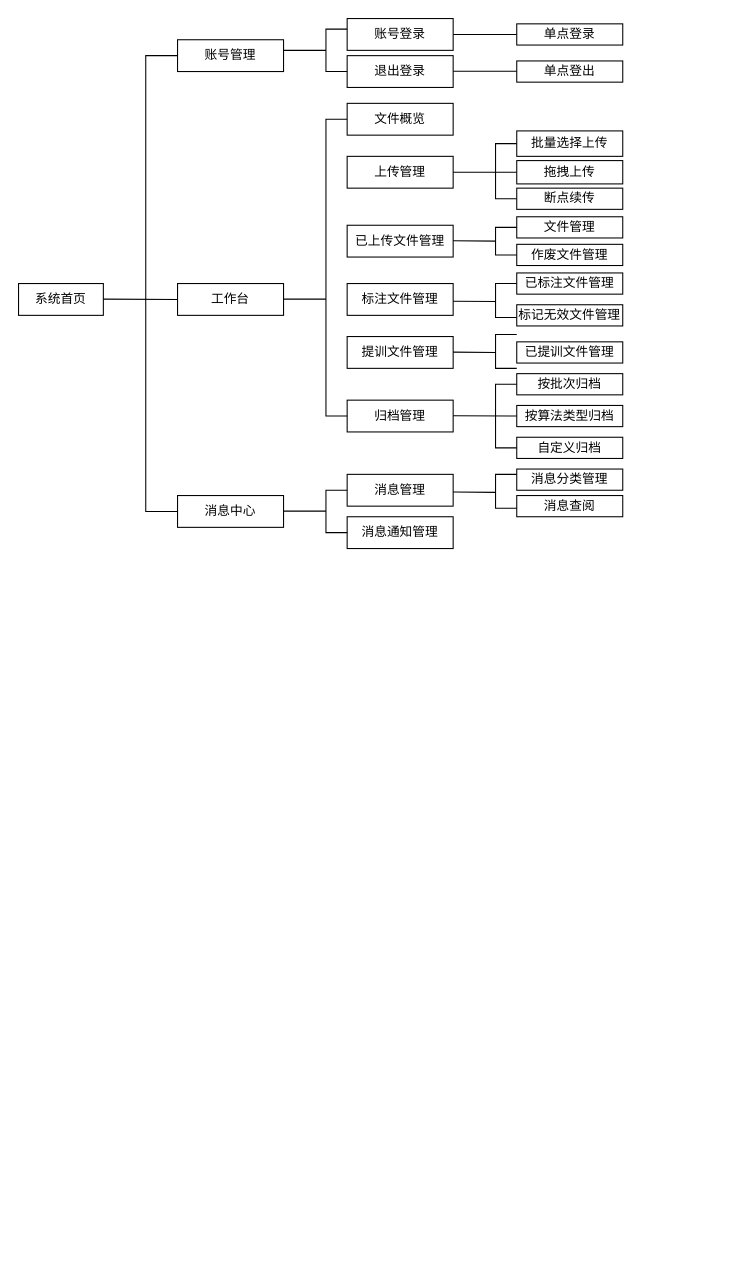
jurentiancheng/drawio-project keeps this draw.io diagram as 文件提交系统.drawio. Above is the earlier version. Source tidied: cells renumbered, new cells numbered last; positions are measured from the earlier drawing's top-left corner, leaving out a move shared by most shapes. Both pictures are drawn from the tidied source at 106%, with x=0, y=0 at pixel (18, 18).
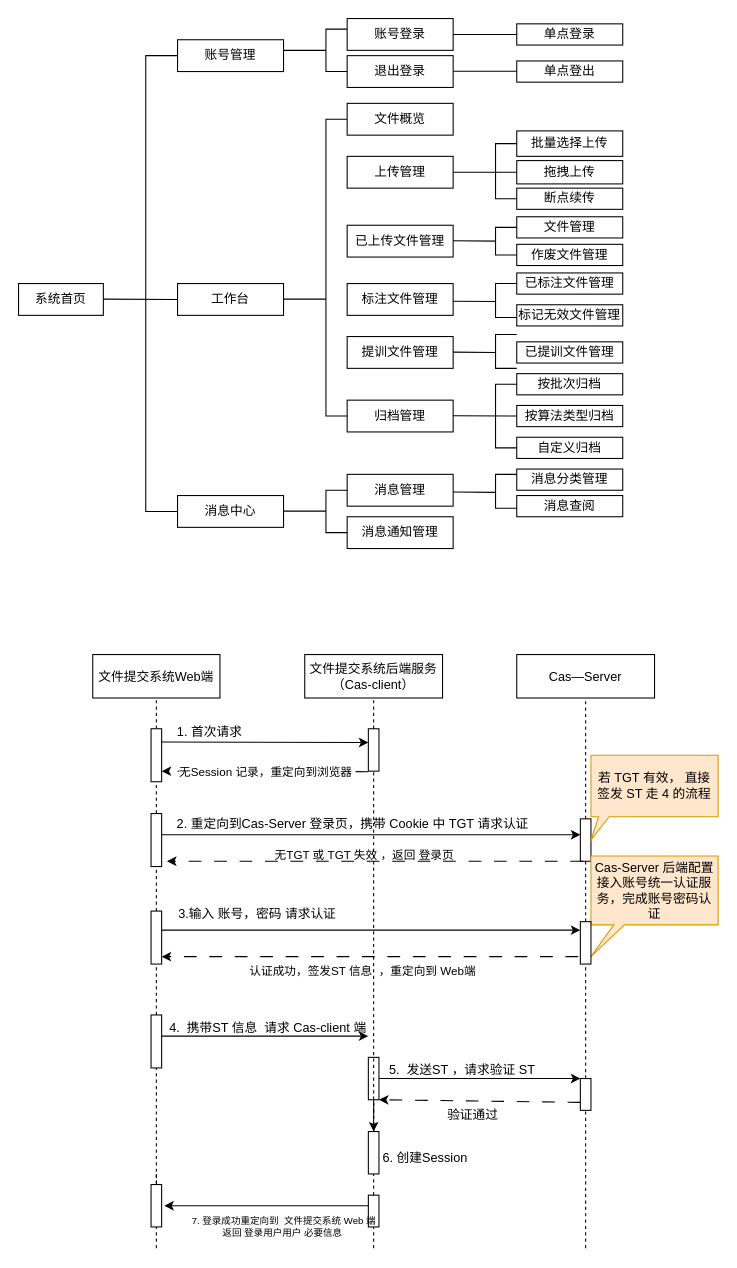
The same diagram, later.

Commit message:
更新文件提交系统.drawio

Change to the diagram source:
```diff
@@
+    <mxCell id="54" style="group;" parent="1" vertex="1">
+      <mxGeometry x="70" y="600" width="590" height="560" as="geometry" />
+    </mxCell>
+    <mxCell id="55" style="endArrow=none;dashed=1;html=1;rounded=0;" parent="54" edge="1" source="59">
+      <mxGeometry relative="1" as="geometry">
+        <mxPoint x="60" y="40" as="targetPoint" />
+      </mxGeometry>
+    </mxCell>
+    <mxCell id="56" value="文件提交系统后端服务&lt;br&gt;（Cas-client）" style="rounded=0;whiteSpace=wrap;html=1;" parent="54" vertex="1">
+      <mxGeometry x="200" width="130" height="41" as="geometry" />
+    </mxCell>
+    <mxCell id="57" value="Cas—Server" style="rounded=0;whiteSpace=wrap;html=1;" parent="54" vertex="1">
+      <mxGeometry x="400" width="130" height="41" as="geometry" />
+    </mxCell>
+    <mxCell id="58" value="文件提交系统Web端" style="rounded=0;whiteSpace=wrap;html=1;" parent="54" vertex="1">
+      <mxGeometry width="120" height="41" as="geometry" />
+    </mxCell>
+    <mxCell id="59" style="rounded=0;whiteSpace=wrap;html=1;" parent="54" vertex="1">
+      <mxGeometry x="55" y="70" width="10" height="50" as="geometry" />
+    </mxCell>
+    <mxCell id="60" style="endArrow=classic;html=1;rounded=0;exitX=1;exitY=0.25;exitDx=0;exitDy=0;" parent="54" edge="1" source="59">
+      <mxGeometry relative="1" as="geometry">
+        <mxPoint x="260" y="83" as="targetPoint" />
+      </mxGeometry>
+    </mxCell>
+    <mxCell id="61" value="1. 首次请求" style="text;html=1;align=center;verticalAlign=middle;strokeColor=none;fillColor=none;" parent="54" vertex="1">
+      <mxGeometry x="70" y="58" width="80" height="30" as="geometry" />
+    </mxCell>
+    <mxCell id="62" style="rounded=0;whiteSpace=wrap;html=1;" parent="54" vertex="1">
+      <mxGeometry x="260" y="70" width="10" height="40" as="geometry" />
+    </mxCell>
+    <mxCell id="63" style="endArrow=none;dashed=1;html=1;rounded=0;" parent="54" edge="1" source="62" target="56">
+      <mxGeometry relative="1" as="geometry" />
+    </mxCell>
+    <mxCell id="64" style="endArrow=classic;html=1;rounded=0;entryX=1;entryY=0.75;entryDx=0;entryDy=0;dashed=1;dashPattern=12 12;" parent="54" edge="1">
+      <mxGeometry relative="1" as="geometry">
+        <mxPoint x="260" y="110.5" as="sourcePoint" />
+        <mxPoint x="65" y="110" as="targetPoint" />
+      </mxGeometry>
+    </mxCell>
+    <mxCell id="65" value="无Session 记录，重定向到浏览器" style="edgeLabel;html=1;align=center;verticalAlign=middle;" parent="64" vertex="1">
+      <mxGeometry relative="1" as="geometry" />
+    </mxCell>
+    <mxCell id="66" style="rounded=0;whiteSpace=wrap;html=1;" parent="54" vertex="1">
+      <mxGeometry x="55" y="150" width="10" height="50" as="geometry" />
+    </mxCell>
+    <mxCell id="67" style="endArrow=none;dashed=1;html=1;rounded=0;" parent="54" edge="1" source="66" target="59">
+      <mxGeometry relative="1" as="geometry" />
+    </mxCell>
+    <mxCell id="68" style="endArrow=classic;html=1;rounded=0;exitX=1;exitY=0.25;exitDx=0;exitDy=0;" parent="54" edge="1">
+      <mxGeometry relative="1" as="geometry">
+        <mxPoint x="65" y="170" as="sourcePoint" />
+        <mxPoint x="460" y="170" as="targetPoint" />
+      </mxGeometry>
+    </mxCell>
+    <mxCell id="69" style="rounded=0;whiteSpace=wrap;html=1;" parent="54" vertex="1">
+      <mxGeometry x="460" y="155" width="10" height="40" as="geometry" />
+    </mxCell>
+    <mxCell id="70" style="endArrow=none;dashed=1;html=1;rounded=0;entryX=0.5;entryY=1;entryDx=0;entryDy=0;" parent="54" edge="1" source="69" target="57">
+      <mxGeometry relative="1" as="geometry" />
+    </mxCell>
+    <mxCell id="71" value="2. 重定向到Cas-Server 登录页，携带 Cookie 中 TGT 请求认证" style="text;html=1;align=center;verticalAlign=middle;strokeColor=none;fillColor=none;" parent="54" vertex="1">
+      <mxGeometry x="65" y="145" width="360" height="30" as="geometry" />
+    </mxCell>
+    <mxCell id="72" value="无TGT 或 TGT 失效 ，返回 登录页" style="edgeLabel;html=1;align=center;verticalAlign=middle;" parent="54" vertex="1">
+      <mxGeometry x="265" y="190" as="geometry">
+        <mxPoint x="-10" y="-2" as="offset" />
+      </mxGeometry>
+    </mxCell>
+    <mxCell id="73" style="endArrow=classic;html=1;rounded=0;exitX=0.25;exitY=1;exitDx=0;exitDy=0;dashed=1;dashPattern=12 12;" parent="54" edge="1" source="69">
+      <mxGeometry relative="1" as="geometry">
+        <mxPoint x="70" y="195" as="targetPoint" />
+      </mxGeometry>
+    </mxCell>
+    <mxCell id="74" style="endArrow=classic;html=1;rounded=0;exitX=1;exitY=0.25;exitDx=0;exitDy=0;" parent="54" edge="1">
+      <mxGeometry relative="1" as="geometry">
+        <mxPoint x="65" y="260" as="sourcePoint" />
+        <mxPoint x="460" y="260" as="targetPoint" />
+      </mxGeometry>
+    </mxCell>
+    <mxCell id="75" style="rounded=0;whiteSpace=wrap;html=1;" parent="54" vertex="1">
+      <mxGeometry x="55" y="242" width="10" height="50" as="geometry" />
+    </mxCell>
+    <mxCell id="76" style="endArrow=none;dashed=1;html=1;rounded=0;" parent="54" edge="1" source="75" target="66">
+      <mxGeometry relative="1" as="geometry" />
+    </mxCell>
+    <mxCell id="77" value="3.输入 账号，密码 请求认证" style="text;html=1;align=center;verticalAlign=middle;strokeColor=none;fillColor=none;" parent="54" vertex="1">
+      <mxGeometry x="70" y="230" width="170" height="30" as="geometry" />
+    </mxCell>
+    <mxCell id="78" value="认证成功，签发ST 信息&amp;nbsp; ，重定向到 Web端&amp;nbsp;" style="edgeLabel;html=1;align=center;verticalAlign=middle;" parent="54" vertex="1">
+      <mxGeometry x="265" y="300" as="geometry">
+        <mxPoint x="-10" y="-2" as="offset" />
+      </mxGeometry>
+    </mxCell>
+    <mxCell id="79" style="endArrow=classic;html=1;rounded=0;exitX=0.25;exitY=1;exitDx=0;exitDy=0;dashed=1;dashPattern=12 12;" parent="54" edge="1">
+      <mxGeometry relative="1" as="geometry">
+        <mxPoint x="458" y="285" as="sourcePoint" />
+        <mxPoint x="65" y="285" as="targetPoint" />
+      </mxGeometry>
+    </mxCell>
+    <mxCell id="80" style="rounded=0;whiteSpace=wrap;html=1;" parent="54" vertex="1">
+      <mxGeometry x="55" y="340" width="10" height="50" as="geometry" />
+    </mxCell>
+    <mxCell id="81" style="endArrow=none;dashed=1;html=1;rounded=0;" parent="54" edge="1" source="80" target="75">
+      <mxGeometry relative="1" as="geometry" />
+    </mxCell>
+    <mxCell id="82" style="endArrow=classic;html=1;rounded=0;exitX=1;exitY=0.25;exitDx=0;exitDy=0;" parent="54" edge="1">
+      <mxGeometry relative="1" as="geometry">
+        <mxPoint x="65" y="360" as="sourcePoint" />
+        <mxPoint x="260" y="360" as="targetPoint" />
+      </mxGeometry>
+    </mxCell>
+    <mxCell id="83" value="4.&amp;nbsp; 携带ST 信息&amp;nbsp; 请求 Cas-client 端" style="text;html=1;align=center;verticalAlign=middle;strokeColor=none;fillColor=none;" parent="54" vertex="1">
+      <mxGeometry x="60" y="338" width="210" height="30" as="geometry" />
+    </mxCell>
+    <mxCell id="84" value="5.&amp;nbsp; 发送ST ，请求验证 ST&amp;nbsp;" style="text;html=1;align=center;verticalAlign=middle;strokeColor=none;fillColor=none;" parent="54" vertex="1">
+      <mxGeometry x="270" y="377" width="160" height="30" as="geometry" />
+    </mxCell>
+    <mxCell id="85" style="endArrow=classic;html=1;rounded=0;" parent="54" edge="1">
+      <mxGeometry relative="1" as="geometry">
+        <mxPoint x="265" y="400" as="sourcePoint" />
+        <mxPoint x="460" y="400" as="targetPoint" />
+      </mxGeometry>
+    </mxCell>
+    <mxCell id="86" style="rounded=0;whiteSpace=wrap;html=1;" parent="54" vertex="1">
+      <mxGeometry x="260" y="380" width="10" height="40" as="geometry" />
+    </mxCell>
+    <mxCell id="87" style="endArrow=none;dashed=1;html=1;rounded=0;" parent="54" edge="1" target="88">
+      <mxGeometry relative="1" as="geometry">
+        <mxPoint x="465" y="560" as="sourcePoint" />
+      </mxGeometry>
+    </mxCell>
+    <mxCell id="88" style="rounded=0;whiteSpace=wrap;html=1;" parent="54" vertex="1">
+      <mxGeometry x="460" y="400" width="10" height="30" as="geometry" />
+    </mxCell>
+    <mxCell id="89" style="endArrow=classic;html=1;rounded=0;exitX=0;exitY=0.75;exitDx=0;exitDy=0;dashed=1;dashPattern=12 12;" parent="54" edge="1" source="88">
+      <mxGeometry relative="1" as="geometry">
+        <mxPoint x="270" y="420" as="targetPoint" />
+      </mxGeometry>
+    </mxCell>
+    <mxCell id="90" value="验证通过&amp;nbsp;" style="text;html=1;align=center;verticalAlign=middle;strokeColor=none;fillColor=none;" parent="54" vertex="1">
+      <mxGeometry x="325" y="420" width="70" height="30" as="geometry" />
+    </mxCell>
+    <mxCell id="91" style="endArrow=classic;html=1;rounded=0;" parent="54" edge="1">
+      <mxGeometry relative="1" as="geometry">
+        <mxPoint x="262.5" y="520" as="sourcePoint" />
+        <mxPoint x="67.5" y="520" as="targetPoint" />
+      </mxGeometry>
+    </mxCell>
+    <mxCell id="92" style="endArrow=none;dashed=1;html=1;rounded=0;" parent="54" edge="1" target="95">
+      <mxGeometry relative="1" as="geometry">
+        <mxPoint x="60" y="490" as="sourcePoint" />
+      </mxGeometry>
+    </mxCell>
+    <mxCell id="93" style="endArrow=none;dashed=1;html=1;rounded=0;" parent="54" edge="1" target="97">
+      <mxGeometry relative="1" as="geometry">
+        <mxPoint x="265" y="490" as="sourcePoint" />
+      </mxGeometry>
+    </mxCell>
+    <mxCell id="94" style="endArrow=none;dashed=1;html=1;rounded=0;" parent="54" edge="1" target="95">
+      <mxGeometry relative="1" as="geometry">
+        <mxPoint x="60" y="560" as="sourcePoint" />
+      </mxGeometry>
+    </mxCell>
+    <mxCell id="95" style="rounded=0;whiteSpace=wrap;html=1;" parent="54" vertex="1">
+      <mxGeometry x="55" y="500" width="10" height="40" as="geometry" />
+    </mxCell>
+    <mxCell id="96" style="endArrow=none;dashed=1;html=1;rounded=0;" parent="54" edge="1" source="95" target="80">
+      <mxGeometry relative="1" as="geometry" />
+    </mxCell>
+    <mxCell id="97" style="rounded=0;whiteSpace=wrap;html=1;" parent="54" vertex="1">
+      <mxGeometry x="260" y="450" width="10" height="40" as="geometry" />
+    </mxCell>
+    <mxCell id="98" style="endArrow=none;dashed=1;html=1;rounded=0;" parent="54" edge="1" source="97" target="62">
+      <mxGeometry relative="1" as="geometry" />
+    </mxCell>
+    <mxCell id="99" style="endArrow=none;dashed=1;html=1;rounded=0;" parent="54" edge="1" source="97" target="86">
+      <mxGeometry relative="1" as="geometry" />
+    </mxCell>
+    <mxCell id="100" style="edgeStyle=orthogonalEdgeStyle;rounded=0;jettySize=auto;html=1;exitX=0.5;exitY=1;exitDx=0;exitDy=0;entryX=0.5;entryY=0;entryDx=0;entryDy=0;" parent="54" edge="1" source="86" target="97">
+      <mxGeometry relative="1" as="geometry" />
+    </mxCell>
+    <mxCell id="101" style="endArrow=none;dashed=1;html=1;rounded=0;" parent="54" edge="1" target="102">
+      <mxGeometry relative="1" as="geometry">
+        <mxPoint x="265" y="560" as="sourcePoint" />
+      </mxGeometry>
+    </mxCell>
+    <mxCell id="102" style="rounded=0;whiteSpace=wrap;html=1;" parent="54" vertex="1">
+      <mxGeometry x="260" y="510" width="10" height="30" as="geometry" />
+    </mxCell>
+    <mxCell id="103" style="endArrow=none;dashed=1;html=1;rounded=0;" parent="54" edge="1" source="102" target="97">
+      <mxGeometry relative="1" as="geometry" />
+    </mxCell>
+    <mxCell id="104" value="6. 创建Session&amp;nbsp;" style="text;html=1;align=center;verticalAlign=middle;strokeColor=none;fillColor=none;" parent="54" vertex="1">
+      <mxGeometry x="260" y="460" width="110" height="30" as="geometry" />
+    </mxCell>
+    <mxCell id="105" value="7. 登录成功重定向到&amp;nbsp; 文件提交系统 Web 端&lt;br&gt;返回 登录用户用户 必要信息&amp;nbsp;" style="text;html=1;align=center;verticalAlign=middle;strokeColor=none;fillColor=none;fontSize=9;" parent="54" vertex="1">
+      <mxGeometry x="55" y="520" width="250" height="40" as="geometry" />
+    </mxCell>
+    <mxCell id="106" value="若 TGT 有效， 直接 签发 ST 走 4 的流程" style="shape=callout;whiteSpace=wrap;html=1;perimeter=calloutPerimeter;size=22;position=0.06;position2=0;base=10;fillColor=#ffe6cc;strokeColor=#d79b00;" parent="54" vertex="1">
+      <mxGeometry x="470" y="95" width="120" height="80" as="geometry" />
+    </mxCell>
+    <mxCell id="107" value="Cas-Server 后端配置 接入账号统一认证服务，完成账号密码认证" style="shape=callout;whiteSpace=wrap;html=1;perimeter=calloutPerimeter;size=30;position=0.18;position2=0;base=10;fillColor=#ffe6cc;strokeColor=#d79b00;" parent="54" vertex="1">
+      <mxGeometry x="470" y="190" width="120" height="95" as="geometry" />
+    </mxCell>
+    <mxCell id="108" style="endArrow=none;dashed=1;html=1;rounded=0;" parent="54" edge="1" source="88" target="109">
+      <mxGeometry relative="1" as="geometry" />
+    </mxCell>
+    <mxCell id="109" style="rounded=0;whiteSpace=wrap;html=1;" parent="54" vertex="1">
+      <mxGeometry x="460" y="252" width="10" height="40" as="geometry" />
+    </mxCell>
+    <mxCell id="110" style="endArrow=none;dashed=1;html=1;rounded=0;" parent="54" edge="1" source="109" target="69">
+      <mxGeometry relative="1" as="geometry" />
+    </mxCell>
```
